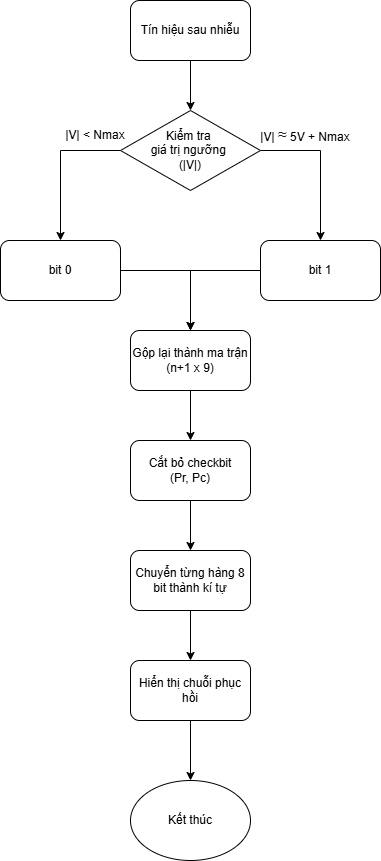
Earlier version of the draw.io export cstts_luu_do_rieng_tung_phan/decodingpng.png (nhatnguyen3104/BaiTapLonCstts). Source tidied: cells renumbered, new cells last; positions are measured from the earlier drawing's top-left corner, leaving out a move shared by most shapes.
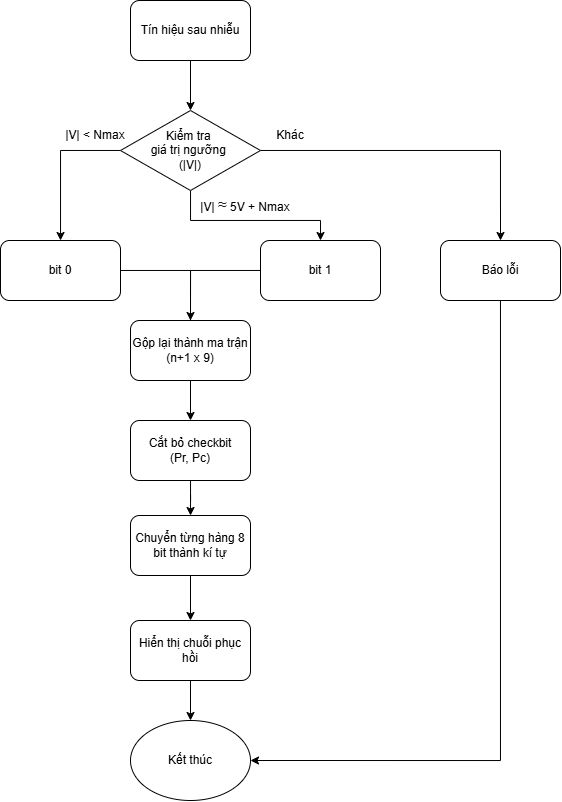
Above is the later version.

Diff of the diagram source:
```diff
@@ -18,10 +18,14 @@
     <mxCell id="5" style="edgeStyle=orthogonalEdgeStyle;rounded=0;jettySize=auto;html=1;entryX=0.5;entryY=0;entryDx=0;entryDy=0;" parent="1" edge="1" source="6" target="10">
       <mxGeometry relative="1" as="geometry">
         <Array as="points">
-          <mxPoint x="320" y="150" />
+          <mxPoint x="190" y="220" />
+          <mxPoint x="320" y="220" />
         </Array>
       </mxGeometry>
     </mxCell>
+    <mxCell id="22" style="edgeStyle=orthogonalEdgeStyle;rounded=0;jettySize=auto;html=1;entryX=0.5;entryY=0;entryDx=0;entryDy=0;" parent="1" edge="1" source="6" target="24">
+      <mxGeometry relative="1" as="geometry" />
+    </mxCell>
     <mxCell id="6" value="Kiểm tra&amp;nbsp;&lt;div&gt;giá trị ngưỡng&amp;nbsp;&lt;/div&gt;&lt;div&gt;(|V|)&lt;/div&gt;" style="rhombus;whiteSpace=wrap;html=1;" parent="1" vertex="1">
       <mxGeometry x="120" y="110" width="140" height="80" as="geometry" />
     </mxCell>
@@ -43,34 +47,47 @@
       <mxGeometry x="40" y="120" width="110" height="30" as="geometry" />
     </mxCell>
     <mxCell id="12" value="|V|&amp;nbsp;&lt;span style=&quot;color: rgb(31, 31, 31); font-family: &amp;quot;Google Sans&amp;quot;, Arial, sans-serif; font-size: 16px; text-align: start; background-color: rgb(255, 255, 255);&quot;&gt;≈&lt;/span&gt;&amp;nbsp;5V + Nmax" style="text;html=1;whiteSpace=wrap;strokeColor=none;fillColor=none;align=center;verticalAlign=middle;rounded=0;" parent="1" vertex="1">
-      <mxGeometry x="250" y="120" width="110" height="30" as="geometry" />
+      <mxGeometry x="190" y="190" width="110" height="30" as="geometry" />
     </mxCell>
     <mxCell id="13" style="edgeStyle=orthogonalEdgeStyle;rounded=0;jettySize=auto;html=1;" parent="1" edge="1" source="14" target="16">
       <mxGeometry relative="1" as="geometry" />
     </mxCell>
     <mxCell id="14" value="Gộp lại thành ma trận&lt;br&gt;(n+1 x 9)" style="rounded=1;whiteSpace=wrap;html=1;" parent="1" vertex="1">
-      <mxGeometry x="130" y="330" width="120" height="60" as="geometry" />
+      <mxGeometry x="130" y="320" width="120" height="60" as="geometry" />
     </mxCell>
     <mxCell id="15" style="edgeStyle=orthogonalEdgeStyle;rounded=0;jettySize=auto;html=1;" parent="1" edge="1" source="16" target="18">
       <mxGeometry relative="1" as="geometry" />
     </mxCell>
     <mxCell id="16" value="Cắt bỏ checkbit&lt;div&gt;(Pr, Pc)&lt;/div&gt;" style="rounded=1;whiteSpace=wrap;html=1;" parent="1" vertex="1">
-      <mxGeometry x="130" y="440" width="120" height="60" as="geometry" />
+      <mxGeometry x="130" y="420" width="120" height="60" as="geometry" />
     </mxCell>
     <mxCell id="17" style="edgeStyle=orthogonalEdgeStyle;rounded=0;jettySize=auto;html=1;" parent="1" edge="1" source="18" target="20">
       <mxGeometry relative="1" as="geometry" />
     </mxCell>
     <mxCell id="18" value="Chuyển từng hàng 8 bit thành kí tự" style="rounded=1;whiteSpace=wrap;html=1;" parent="1" vertex="1">
-      <mxGeometry x="130" y="550" width="120" height="60" as="geometry" />
+      <mxGeometry x="130" y="515" width="120" height="60" as="geometry" />
     </mxCell>
     <mxCell id="19" style="edgeStyle=orthogonalEdgeStyle;rounded=0;jettySize=auto;html=1;" parent="1" edge="1" source="20" target="21">
       <mxGeometry relative="1" as="geometry" />
     </mxCell>
     <mxCell id="20" value="Hiển thị chuỗi phục hồi" style="rounded=1;whiteSpace=wrap;html=1;" parent="1" vertex="1">
-      <mxGeometry x="130" y="660" width="120" height="60" as="geometry" />
+      <mxGeometry x="130" y="620" width="120" height="60" as="geometry" />
     </mxCell>
     <mxCell id="21" value="Kết thúc" style="ellipse;whiteSpace=wrap;html=1;" parent="1" vertex="1">
-      <mxGeometry x="130" y="780" width="120" height="80" as="geometry" />
+      <mxGeometry x="130" y="720" width="120" height="80" as="geometry" />
     </mxCell>
+    <mxCell id="23" style="edgeStyle=orthogonalEdgeStyle;rounded=0;jettySize=auto;html=1;entryX=1;entryY=0.5;entryDx=0;entryDy=0;" parent="1" edge="1" source="24" target="21">
+      <mxGeometry relative="1" as="geometry">
+        <Array as="points">
+          <mxPoint x="500" y="760" />
+        </Array>
+      </mxGeometry>
+    </mxCell>
+    <mxCell id="24" value="Báo lỗi" style="rounded=1;whiteSpace=wrap;html=1;" parent="1" vertex="1">
+      <mxGeometry x="440" y="240" width="120" height="60" as="geometry" />
+    </mxCell>
+    <mxCell id="25" value="Khác" style="text;html=1;whiteSpace=wrap;strokeColor=none;fillColor=none;align=center;verticalAlign=middle;rounded=0;" parent="1" vertex="1">
+      <mxGeometry x="260" y="120" width="60" height="30" as="geometry" />
+    </mxCell>
   </root>
 </mxGraphModel>
```
